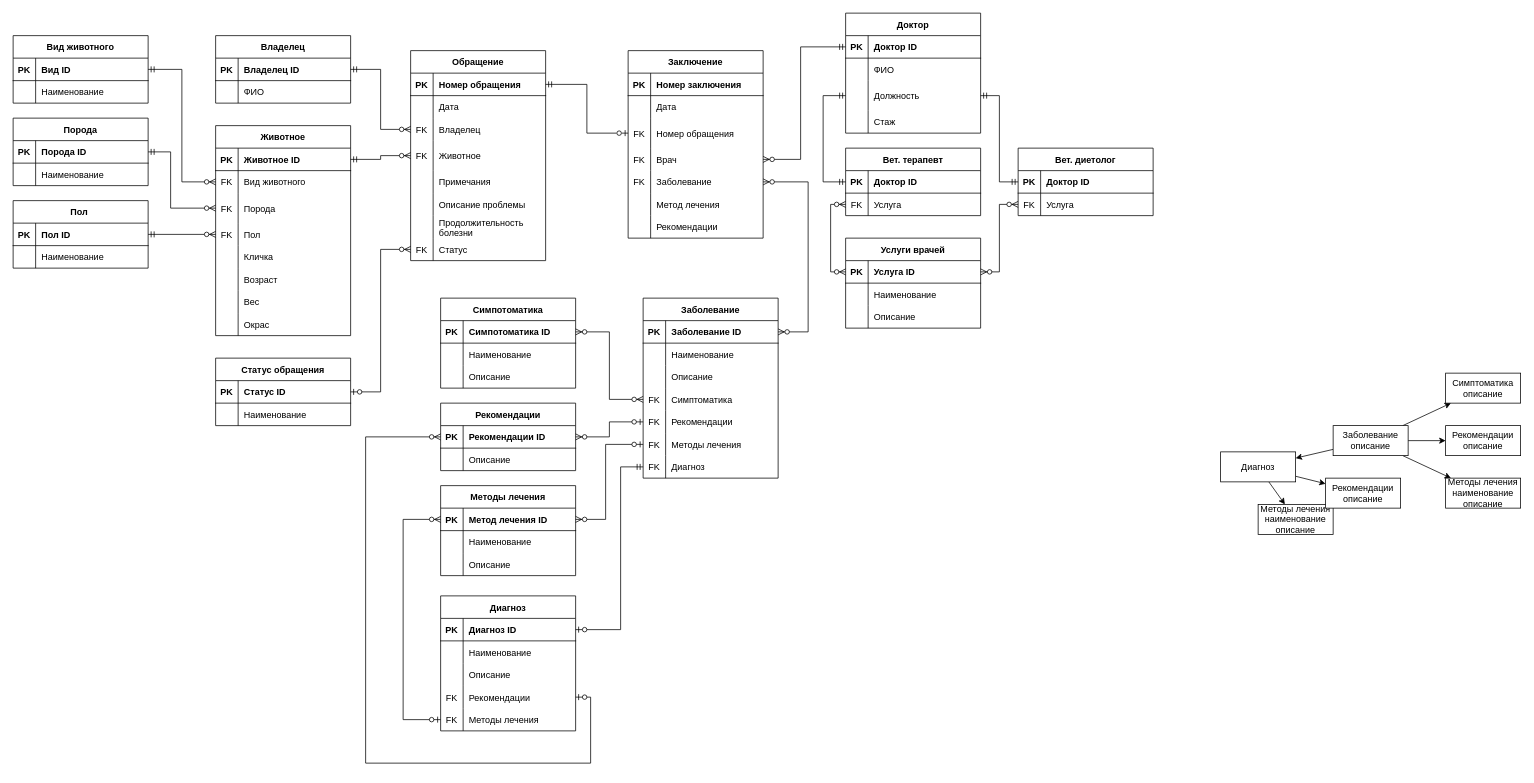
Before: ER.drawio in iluxa678/newsait, a draw.io diagram. Source tidied: cells renumbered, new cells numbered last; positions are measured from the earlier drawing's top-left corner, leaving out a move shared by most shapes. Both pictures are drawn from the tidied source at 75%, with x=0, y=0 at pixel (13, 13).
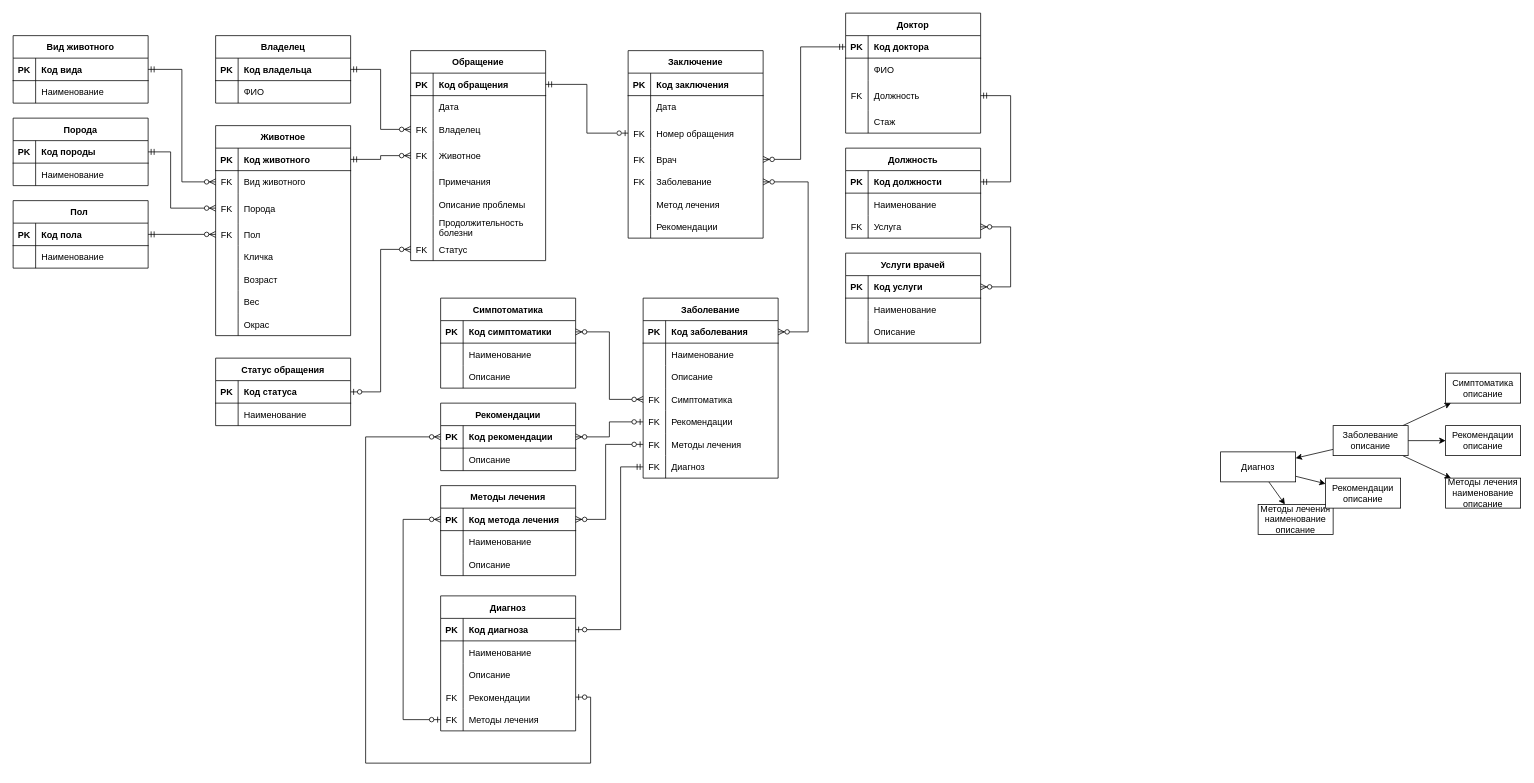
The same page after the edit.

Unchanged cells that the change refers to:
```xml
<mxCell id="3" style="shape=partialRectangle;fillColor=none;top=0;left=0;bottom=1;right=0;points=[[0,0.5],[1,0.5]];portConstraint=eastwest;" parent="2" vertex="1">
  <mxGeometry y="30" width="180" height="30" as="geometry" />
</mxCell>
<mxCell id="28" style="shape=partialRectangle;fillColor=none;top=0;left=0;bottom=1;right=0;" parent="27" vertex="1">
  <mxGeometry y="30" width="180" height="30" as="geometry" />
</mxCell>
<mxCell id="51" style="shape=partialRectangle;fillColor=none;top=0;left=0;bottom=1;right=0;points=[[0,0.5],[1,0.5]];portConstraint=eastwest;" parent="50" vertex="1">
  <mxGeometry y="30" width="180" height="30" as="geometry" />
</mxCell>
<mxCell id="57" style="shape=partialRectangle;fillColor=none;top=0;left=0;bottom=0;right=0;points=[[0,0.5],[1,0.5]];portConstraint=eastwest;" parent="50" vertex="1">
  <mxGeometry y="90" width="180" height="40" as="geometry" />
</mxCell>
<mxCell id="66" style="shape=partialRectangle;fillColor=none;top=0;left=0;bottom=1;right=0;points=[[0,0.5],[1,0.5]];portConstraint=eastwest;" parent="65" vertex="1">
  <mxGeometry y="30" width="180" height="30" as="geometry" />
</mxCell>
<mxCell id="73" style="shape=partialRectangle;fillColor=none;top=0;left=0;bottom=1;right=0;points=[[0,0.5],[1,0.5]];portConstraint=eastwest;" parent="72" vertex="1">
  <mxGeometry y="30" width="180" height="30" as="geometry" />
</mxCell>
<mxCell id="99" style="shape=partialRectangle;fillColor=none;top=0;left=0;bottom=1;right=0;points=[[0,0.5],[1,0.5]];portConstraint=eastwest;" parent="98" vertex="1">
  <mxGeometry y="30" width="180" height="30" as="geometry" />
</mxCell>
<mxCell id="107" style="shape=partialRectangle;fillColor=none;top=0;left=0;bottom=1;right=0;points=[[0,0.5],[1,0.5]];portConstraint=eastwest;" parent="106" vertex="1">
  <mxGeometry y="30" width="180" height="30" as="geometry" />
</mxCell>
<mxCell id="114" style="shape=partialRectangle;fillColor=none;top=0;left=0;bottom=1;right=0;points=[[0,0.5],[1,0.5]];portConstraint=eastwest;" parent="113" vertex="1">
  <mxGeometry y="30" width="180" height="30" as="geometry" />
</mxCell>
<mxCell id="121" style="shape=partialRectangle;fillColor=none;top=0;left=0;bottom=1;right=0;points=[[0,0.5],[1,0.5]];portConstraint=eastwest;" parent="120" vertex="1">
  <mxGeometry y="30" width="180" height="30" as="geometry" />
</mxCell>
<mxCell id="131" style="shape=partialRectangle;fillColor=none;top=0;left=0;bottom=1;right=0;points=[[0,0.5],[1,0.5]];portConstraint=eastwest;" parent="130" vertex="1">
  <mxGeometry y="30" width="180" height="30" as="geometry" />
</mxCell>
<mxCell id="147" style="shape=partialRectangle;fillColor=none;top=0;left=0;bottom=1;right=0;points=[[0,0.5],[1,0.5]];portConstraint=eastwest;" parent="146" vertex="1">
  <mxGeometry y="30" width="180" height="30" as="geometry" />
</mxCell>
<mxCell id="172" style="shape=partialRectangle;fillColor=none;top=0;left=0;bottom=1;right=0;points=[[0,0.5],[1,0.5]];portConstraint=eastwest;" parent="171" vertex="1">
  <mxGeometry y="30" width="180" height="30" as="geometry" />
</mxCell>
<mxCell id="194" style="shape=partialRectangle;fillColor=none;top=0;left=0;bottom=1;right=0;points=[[0,0.5],[1,0.5]];portConstraint=eastwest;" parent="193" vertex="1">
  <mxGeometry y="30" width="180" height="30" as="geometry" />
</mxCell>
<mxCell id="201" style="shape=partialRectangle;fillColor=none;top=0;left=0;bottom=1;right=0;points=[[0,0.5],[1,0.5]];portConstraint=eastwest;" parent="200" vertex="1">
  <mxGeometry y="30" width="180" height="30" as="geometry" />
</mxCell>
<mxCell id="211" style="shape=partialRectangle;fillColor=none;top=0;left=0;bottom=1;right=0;points=[[0,0.5],[1,0.5]];portConstraint=eastwest;" parent="210" vertex="1">
  <mxGeometry y="30" width="180" height="30" as="geometry" />
</mxCell>
<mxCell id="225" style="shape=partialRectangle;fillColor=none;top=0;left=0;bottom=1;right=0;points=[[0,0.5],[1,0.5]];portConstraint=eastwest;" parent="224" vertex="1">
  <mxGeometry y="30" width="180" height="30" as="geometry" />
</mxCell>
```

Diff of the diagram source:
```diff
@@
-    <mxCell id="5" value="Номер обращения" style="shape=partialRectangle;fillColor=none;top=0;left=0;bottom=0;right=0;align=left;spacingLeft=6;fontStyle=1;overflow=hidden;" parent="3" vertex="1">
+    <mxCell id="5" value="Код обращения" style="shape=partialRectangle;fillColor=none;top=0;left=0;bottom=0;right=0;align=left;spacingLeft=6;fontStyle=1;overflow=hidden;" parent="3" vertex="1">
       <mxGeometry x="30" width="150" height="30" as="geometry" />
     </mxCell>
@@
-    <mxCell id="30" value="Номер заключения" style="shape=partialRectangle;fillColor=none;top=0;left=0;bottom=0;right=0;align=left;spacingLeft=6;fontStyle=1;overflow=hidden;" parent="28" vertex="1">
+    <mxCell id="30" value="Код заключения" style="shape=partialRectangle;fillColor=none;top=0;left=0;bottom=0;right=0;align=left;spacingLeft=6;fontStyle=1;overflow=hidden;" parent="28" vertex="1">
       <mxGeometry x="30" width="150" height="30" as="geometry" />
     </mxCell>
@@
-    <mxCell id="53" value="Доктор ID" style="shape=partialRectangle;fillColor=none;top=0;left=0;bottom=0;right=0;align=left;spacingLeft=6;fontStyle=1;overflow=hidden;" parent="51" vertex="1">
+    <mxCell id="53" value="Код доктора" style="shape=partialRectangle;fillColor=none;top=0;left=0;bottom=0;right=0;align=left;spacingLeft=6;fontStyle=1;overflow=hidden;" parent="51" vertex="1">
       <mxGeometry x="30" width="150" height="30" as="geometry" />
     </mxCell>
@@
-    <mxCell id="58" style="shape=partialRectangle;fillColor=none;top=0;left=0;bottom=0;right=0;overflow=hidden;" parent="57" vertex="1">
+    <mxCell id="58" value="FK" style="shape=partialRectangle;fillColor=none;top=0;left=0;bottom=0;right=0;overflow=hidden;" parent="57" vertex="1">
       <mxGeometry width="30" height="40" as="geometry" />
     </mxCell>
@@
-    <mxCell id="68" value="Владелец ID" style="shape=partialRectangle;fillColor=none;top=0;left=0;bottom=0;right=0;align=left;spacingLeft=6;fontStyle=1;overflow=hidden;" parent="66" vertex="1">
+    <mxCell id="68" value="Код владельца" style="shape=partialRectangle;fillColor=none;top=0;left=0;bottom=0;right=0;align=left;spacingLeft=6;fontStyle=1;overflow=hidden;" parent="66" vertex="1">
       <mxGeometry x="30" width="150" height="30" as="geometry" />
     </mxCell>
@@
-    <mxCell id="75" value="Животное ID" style="shape=partialRectangle;fillColor=none;top=0;left=0;bottom=0;right=0;align=left;spacingLeft=6;fontStyle=1;overflow=hidden;" parent="73" vertex="1">
+    <mxCell id="75" value="Код животного" style="shape=partialRectangle;fillColor=none;top=0;left=0;bottom=0;right=0;align=left;spacingLeft=6;fontStyle=1;overflow=hidden;" parent="73" vertex="1">
       <mxGeometry x="30" width="150" height="30" as="geometry" />
     </mxCell>
@@
-    <mxCell id="101" value="Статус ID" style="shape=partialRectangle;fillColor=none;top=0;left=0;bottom=0;right=0;align=left;spacingLeft=6;fontStyle=1;overflow=hidden;" parent="99" vertex="1">
+    <mxCell id="101" value="Код статуса" style="shape=partialRectangle;fillColor=none;top=0;left=0;bottom=0;right=0;align=left;spacingLeft=6;fontStyle=1;overflow=hidden;" parent="99" vertex="1">
       <mxGeometry x="30" width="150" height="30" as="geometry" />
     </mxCell>
@@
-    <mxCell id="109" value="Вид ID" style="shape=partialRectangle;fillColor=none;top=0;left=0;bottom=0;right=0;align=left;spacingLeft=6;fontStyle=1;overflow=hidden;" parent="107" vertex="1">
+    <mxCell id="109" value="Код вида" style="shape=partialRectangle;fillColor=none;top=0;left=0;bottom=0;right=0;align=left;spacingLeft=6;fontStyle=1;overflow=hidden;" parent="107" vertex="1">
       <mxGeometry x="30" width="150" height="30" as="geometry" />
     </mxCell>
@@
-    <mxCell id="116" value="Пол ID" style="shape=partialRectangle;fillColor=none;top=0;left=0;bottom=0;right=0;align=left;spacingLeft=6;fontStyle=1;overflow=hidden;" parent="114" vertex="1">
+    <mxCell id="116" value="Код пола" style="shape=partialRectangle;fillColor=none;top=0;left=0;bottom=0;right=0;align=left;spacingLeft=6;fontStyle=1;overflow=hidden;" parent="114" vertex="1">
       <mxGeometry x="30" width="150" height="30" as="geometry" />
     </mxCell>
@@
-    <mxCell id="123" value="Порода ID" style="shape=partialRectangle;fillColor=none;top=0;left=0;bottom=0;right=0;align=left;spacingLeft=6;fontStyle=1;overflow=hidden;" parent="121" vertex="1">
+    <mxCell id="123" value="Код породы" style="shape=partialRectangle;fillColor=none;top=0;left=0;bottom=0;right=0;align=left;spacingLeft=6;fontStyle=1;overflow=hidden;" parent="121" vertex="1">
       <mxGeometry x="30" width="150" height="30" as="geometry" />
     </mxCell>
@@
-    <mxCell id="130" value="Вет. терапевт" style="shape=table;startSize=30;childLayout=tableLayout;rowLines=0;fontStyle=1;align=center;" parent="1" vertex="1">
-      <mxGeometry x="1110" y="180" width="180" height="90" as="geometry" />
+    <mxCell id="130" value="Должность" style="shape=table;startSize=30;childLayout=tableLayout;rowLines=0;fontStyle=1;align=center;" parent="1" vertex="1">
+      <mxGeometry x="1110" y="180" width="180" height="120" as="geometry" />
     </mxCell>
@@
-    <mxCell id="133" value="Доктор ID" style="shape=partialRectangle;fillColor=none;top=0;left=0;bottom=0;right=0;align=left;spacingLeft=6;fontStyle=1;overflow=hidden;" parent="131" vertex="1">
+    <mxCell id="133" value="Код должности" style="shape=partialRectangle;fillColor=none;top=0;left=0;bottom=0;right=0;align=left;spacingLeft=6;fontStyle=1;overflow=hidden;" parent="131" vertex="1">
       <mxGeometry x="30" width="150" height="30" as="geometry" />
     </mxCell>
+    <mxCell id="141" style="shape=partialRectangle;fillColor=none;top=0;left=0;bottom=0;right=0;points=[[0,0.5],[1,0.5]];portConstraint=eastwest;" parent="130" vertex="1">
+      <mxGeometry y="60" width="180" height="30" as="geometry" />
+    </mxCell>
+    <mxCell id="243" style="shape=partialRectangle;fillColor=none;top=0;left=0;bottom=0;right=0;overflow=hidden;" parent="141" vertex="1">
+      <mxGeometry width="30" height="30" as="geometry" />
+    </mxCell>
+    <mxCell id="244" value="Наименование" style="shape=partialRectangle;fillColor=none;top=0;left=0;bottom=0;right=0;align=left;spacingLeft=6;overflow=hidden;" parent="141" vertex="1">
+      <mxGeometry x="30" width="150" height="30" as="geometry" />
+    </mxCell>
     <mxCell id="134" style="shape=partialRectangle;fillColor=none;top=0;left=0;bottom=0;right=0;points=[[0,0.5],[1,0.5]];portConstraint=eastwest;" parent="130" vertex="1">
-      <mxGeometry y="60" width="180" height="30" as="geometry" />
+      <mxGeometry y="90" width="180" height="30" as="geometry" />
     </mxCell>
@@
-    <mxCell id="137" value="Вет. диетолог" style="shape=table;startSize=30;childLayout=tableLayout;rowLines=0;fontStyle=1;align=center;" parent="1" vertex="1">
-      <mxGeometry x="1340" y="180" width="180" height="90" as="geometry" />
-    </mxCell>
-    <mxCell id="138" style="shape=partialRectangle;fillColor=none;top=0;left=0;bottom=1;right=0;points=[[0,0.5],[1,0.5]];portConstraint=eastwest;" parent="137" vertex="1">
-      <mxGeometry y="30" width="180" height="30" as="geometry" />
-    </mxCell>
-    <mxCell id="139" value="PK" style="shape=partialRectangle;fillColor=none;top=0;left=0;bottom=0;right=0;fontStyle=1;overflow=hidden;" parent="138" vertex="1">
-      <mxGeometry width="30" height="30" as="geometry" />
-    </mxCell>
-    <mxCell id="140" value="Доктор ID" style="shape=partialRectangle;fillColor=none;top=0;left=0;bottom=0;right=0;align=left;spacingLeft=6;fontStyle=1;overflow=hidden;" parent="138" vertex="1">
-      <mxGeometry x="30" width="150" height="30" as="geometry" />
-    </mxCell>
-    <mxCell id="141" style="shape=partialRectangle;fillColor=none;top=0;left=0;bottom=0;right=0;points=[[0,0.5],[1,0.5]];portConstraint=eastwest;" parent="137" vertex="1">
-      <mxGeometry y="60" width="180" height="30" as="geometry" />
-    </mxCell>
-    <mxCell id="142" value="FK" style="shape=partialRectangle;fillColor=none;top=0;left=0;bottom=0;right=0;overflow=hidden;" parent="141" vertex="1">
-      <mxGeometry width="30" height="30" as="geometry" />
-    </mxCell>
-    <mxCell id="143" value="Услуга" style="shape=partialRectangle;fillColor=none;top=0;left=0;bottom=0;right=0;align=left;spacingLeft=6;overflow=hidden;" parent="141" vertex="1">
-      <mxGeometry x="30" width="150" height="30" as="geometry" />
-    </mxCell>
-    <mxCell id="144" style="edgeStyle=orthogonalEdgeStyle;rounded=0;jettySize=auto;html=1;exitX=0;exitY=0.5;exitDx=0;exitDy=0;entryX=0;entryY=0.5;entryDx=0;entryDy=0;startArrow=ERmandOne;startFill=0;endArrow=ERmandOne;endFill=0;" parent="1" edge="1" source="131" target="57">
-      <mxGeometry relative="1" as="geometry">
-        <Array as="points">
-          <mxPoint x="1080" y="225" />
-          <mxPoint x="1080" y="110" />
-        </Array>
-      </mxGeometry>
-    </mxCell>
-    <mxCell id="145" style="edgeStyle=orthogonalEdgeStyle;rounded=0;jettySize=auto;html=1;exitX=0;exitY=0.5;exitDx=0;exitDy=0;startArrow=ERmandOne;startFill=0;endArrow=ERmandOne;endFill=0;" parent="1" edge="1" source="138" target="57">
-      <mxGeometry relative="1" as="geometry" />
+    <mxCell id="145" style="edgeStyle=orthogonalEdgeStyle;rounded=0;jettySize=auto;html=1;exitX=1;exitY=0.5;exitDx=0;exitDy=0;startArrow=ERmandOne;startFill=0;endArrow=ERmandOne;endFill=0;" parent="1" edge="1" source="131" target="57">
+      <mxGeometry relative="1" as="geometry">
+        <Array as="points">
+          <mxPoint x="1330" y="225" />
+          <mxPoint x="1330" y="110" />
+        </Array>
+      </mxGeometry>
     </mxCell>
     <mxCell id="146" value="Услуги врачей" style="shape=table;startSize=30;childLayout=tableLayout;rowLines=0;fontStyle=1;align=center;" parent="1" vertex="1">
-      <mxGeometry x="1110" y="300" width="180" height="120" as="geometry" />
+      <mxGeometry x="1110" y="320" width="180" height="120" as="geometry" />
     </mxCell>
@@
-    <mxCell id="149" value="Услуга ID" style="shape=partialRectangle;fillColor=none;top=0;left=0;bottom=0;right=0;align=left;spacingLeft=6;fontStyle=1;overflow=hidden;" parent="147" vertex="1">
+    <mxCell id="149" value="Код услуги" style="shape=partialRectangle;fillColor=none;top=0;left=0;bottom=0;right=0;align=left;spacingLeft=6;fontStyle=1;overflow=hidden;" parent="147" vertex="1">
       <mxGeometry x="30" width="150" height="30" as="geometry" />
     </mxCell>
@@
-    <mxCell id="156" style="edgeStyle=orthogonalEdgeStyle;rounded=0;jettySize=auto;html=1;exitX=0;exitY=0.5;exitDx=0;exitDy=0;entryX=0;entryY=0.5;entryDx=0;entryDy=0;startArrow=ERzeroToMany;startFill=1;endArrow=ERzeroToMany;endFill=1;" parent="1" edge="1" source="147" target="134">
-      <mxGeometry relative="1" as="geometry" />
+    <mxCell id="156" style="edgeStyle=orthogonalEdgeStyle;rounded=0;jettySize=auto;html=1;exitX=1;exitY=0.5;exitDx=0;exitDy=0;entryX=1;entryY=0.5;entryDx=0;entryDy=0;startArrow=ERzeroToMany;startFill=1;endArrow=ERzeroToMany;endFill=1;" parent="1" edge="1" source="147" target="134">
+      <mxGeometry relative="1" as="geometry">
+        <Array as="points">
+          <mxPoint x="1330" y="365" />
+          <mxPoint x="1330" y="285" />
+        </Array>
+      </mxGeometry>
     </mxCell>
-    <mxCell id="157" style="edgeStyle=orthogonalEdgeStyle;rounded=0;jettySize=auto;html=1;exitX=1;exitY=0.5;exitDx=0;exitDy=0;entryX=0;entryY=0.5;entryDx=0;entryDy=0;startArrow=ERzeroToMany;startFill=1;endArrow=ERzeroToMany;endFill=1;" parent="1" edge="1" source="147" target="141">
-      <mxGeometry relative="1" as="geometry" />
-    </mxCell>
@@
-    <mxCell id="174" value="Заболевание ID" style="shape=partialRectangle;fillColor=none;top=0;left=0;bottom=0;right=0;align=left;spacingLeft=6;fontStyle=1;overflow=hidden;" parent="172" vertex="1">
+    <mxCell id="174" value="Код заболевания" style="shape=partialRectangle;fillColor=none;top=0;left=0;bottom=0;right=0;align=left;spacingLeft=6;fontStyle=1;overflow=hidden;" parent="172" vertex="1">
       <mxGeometry x="30" width="150" height="30" as="geometry" />
     </mxCell>
@@
-    <mxCell id="196" value="Рекомендации ID" style="shape=partialRectangle;fillColor=none;top=0;left=0;bottom=0;right=0;align=left;spacingLeft=6;fontStyle=1;overflow=hidden;" parent="194" vertex="1">
+    <mxCell id="196" value="Код рекомендации" style="shape=partialRectangle;fillColor=none;top=0;left=0;bottom=0;right=0;align=left;spacingLeft=6;fontStyle=1;overflow=hidden;" parent="194" vertex="1">
       <mxGeometry x="30" width="150" height="30" as="geometry" />
     </mxCell>
@@
-    <mxCell id="203" value="Метод лечения ID" style="shape=partialRectangle;fillColor=none;top=0;left=0;bottom=0;right=0;align=left;spacingLeft=6;fontStyle=1;overflow=hidden;" parent="201" vertex="1">
+    <mxCell id="203" value="Код метода лечения" style="shape=partialRectangle;fillColor=none;top=0;left=0;bottom=0;right=0;align=left;spacingLeft=6;fontStyle=1;overflow=hidden;" parent="201" vertex="1">
       <mxGeometry x="30" width="150" height="30" as="geometry" />
     </mxCell>
@@
-    <mxCell id="213" value="Симпотоматика ID" style="shape=partialRectangle;fillColor=none;top=0;left=0;bottom=0;right=0;align=left;spacingLeft=6;fontStyle=1;overflow=hidden;" parent="211" vertex="1">
+    <mxCell id="213" value="Код симптоматики" style="shape=partialRectangle;fillColor=none;top=0;left=0;bottom=0;right=0;align=left;spacingLeft=6;fontStyle=1;overflow=hidden;" parent="211" vertex="1">
       <mxGeometry x="30" width="150" height="30" as="geometry" />
     </mxCell>
@@
-    <mxCell id="227" value="Диагноз ID" style="shape=partialRectangle;fillColor=none;top=0;left=0;bottom=0;right=0;align=left;spacingLeft=6;fontStyle=1;overflow=hidden;" parent="225" vertex="1">
+    <mxCell id="227" value="Код диагноза" style="shape=partialRectangle;fillColor=none;top=0;left=0;bottom=0;right=0;align=left;spacingLeft=6;fontStyle=1;overflow=hidden;" parent="225" vertex="1">
       <mxGeometry x="30" width="150" height="30" as="geometry" />
     </mxCell>
```
